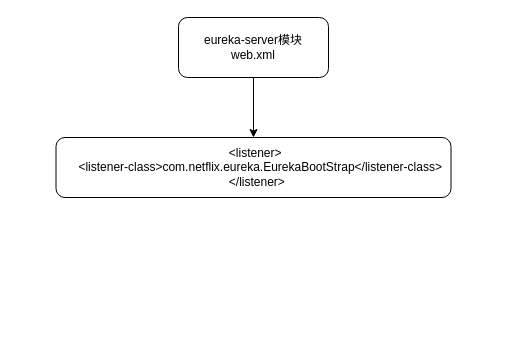
Before: SpringCloud/儒猿/1.EurekaServer启动流程.drawio in liu911025/draw, a draw.io diagram. Source tidied: cells renumbered, new cells numbered last; positions are measured from the earlier drawing's top-left corner, leaving out a move shared by most shapes. Both pictures are drawn from the tidied source at 100%, with x=0, y=0 at pixel (56, 17).
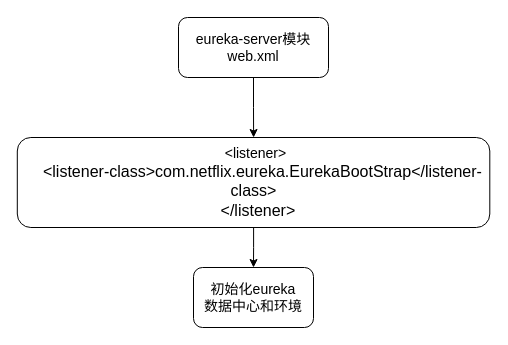
Above is the later version.

Change to the diagram source:
```diff
@@
 <mxGraphModel>
   <root>
     <mxCell id="0" />
     <mxCell id="1" parent="0" />
     <mxCell id="2" style="edgeStyle=orthogonalEdgeStyle;rounded=0;jettySize=auto;html=1;" parent="1" edge="1" source="3" target="4">
       <mxGeometry relative="1" as="geometry" />
     </mxCell>
-    <mxCell id="3" value="eureka-server模块&lt;br&gt;web.xml&lt;br&gt;" style="rounded=1;whiteSpace=wrap;html=1;" parent="1" vertex="1">
+    <mxCell id="3" value="&lt;font style=&quot;font-size: 14px&quot;&gt;eureka-server模块&lt;br&gt;web.xml&lt;/font&gt;" style="rounded=1;whiteSpace=wrap;html=1;" parent="1" vertex="1">
       <mxGeometry x="122" width="150" height="60" as="geometry" />
     </mxCell>
+    <mxCell id="5" style="edgeStyle=orthogonalEdgeStyle;rounded=0;jettySize=auto;html=1;entryX=0.5;entryY=0;entryDx=0;entryDy=0;" parent="1" edge="1" source="4" target="6">
+      <mxGeometry relative="1" as="geometry" />
+    </mxCell>
-    <mxCell id="4" value="&lt;div&gt;&amp;nbsp;&amp;lt;listener&amp;gt;&lt;/div&gt;&lt;div&gt;&amp;nbsp; &amp;nbsp; &amp;lt;listener-class&amp;gt;com.netflix.eureka.EurekaBootStrap&amp;lt;/listener-class&amp;gt;&lt;/div&gt;&lt;div&gt;&amp;nbsp; &amp;lt;/listener&amp;gt;&lt;/div&gt;" style="rounded=1;whiteSpace=wrap;html=1;" parent="1" vertex="1">
-      <mxGeometry x="-0.5" y="120" width="395" height="60" as="geometry" />
+    <mxCell id="4" value="&lt;div&gt;&lt;font style=&quot;font-size: 14px&quot;&gt;&amp;nbsp;&amp;lt;listener&amp;gt;&lt;/font&gt;&lt;/div&gt;&lt;div&gt;&lt;font size=&quot;3&quot;&gt;&amp;nbsp; &amp;nbsp; &amp;lt;listener-class&amp;gt;com.netflix.eureka.EurekaBootStrap&amp;lt;/listener-class&amp;gt;&lt;/font&gt;&lt;/div&gt;&lt;div&gt;&lt;font size=&quot;3&quot;&gt;&amp;nbsp; &amp;lt;/listener&amp;gt;&lt;/font&gt;&lt;/div&gt;" style="rounded=1;whiteSpace=wrap;html=1;" parent="1" vertex="1">
+      <mxGeometry x="-39.2" y="120" width="472.5" height="90" as="geometry" />
     </mxCell>
+    <mxCell id="6" value="&lt;font style=&quot;font-size: 14px&quot;&gt;初始化eureka&lt;br&gt;数据中心和环境&lt;/font&gt;" style="rounded=1;whiteSpace=wrap;html=1;" parent="1" vertex="1">
+      <mxGeometry x="137" y="250" width="120" height="60" as="geometry" />
+    </mxCell>
   </root>
 </mxGraphModel>
```
